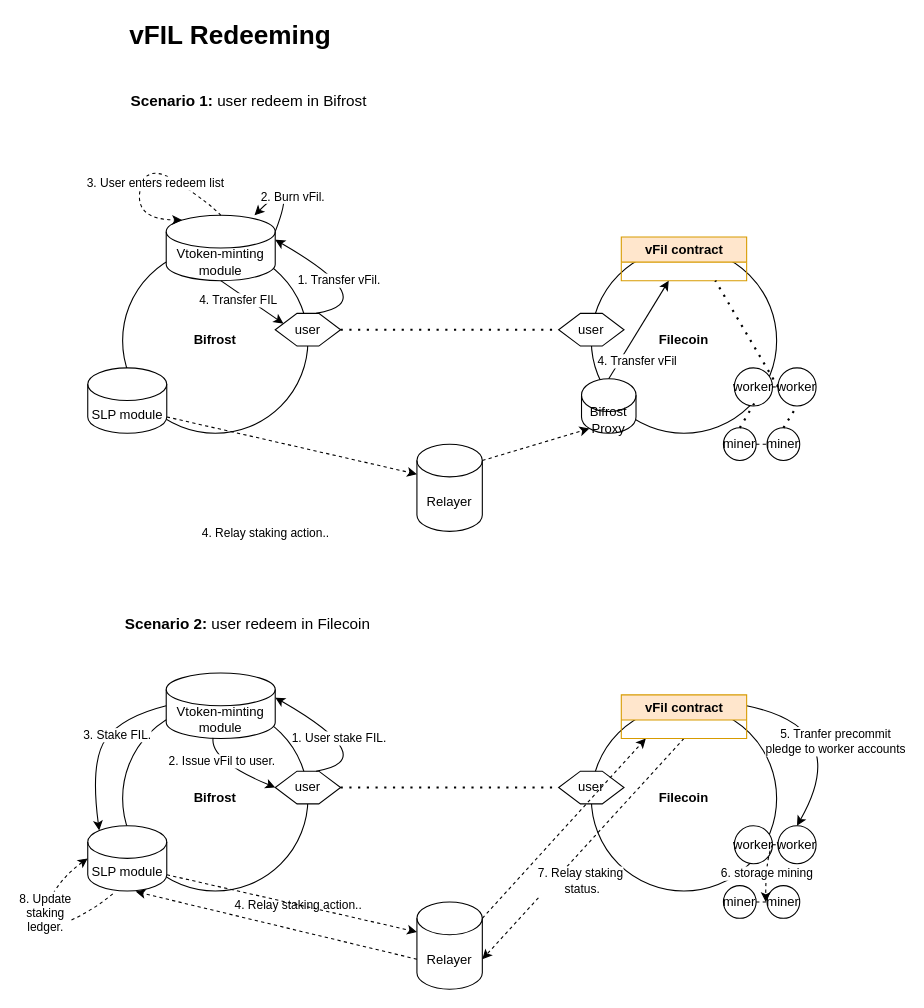
This is vfil-redeeming-fvm.drawio from herryho/flowchars, a draw.io file, before an edit. Source tidied: cells renumbered, new cells numbered last; positions are measured from the earlier drawing's top-left corner, leaving out a move shared by most shapes. Both pictures are drawn from the tidied source at 109%, with x=0, y=0 at pixel (35, 19).
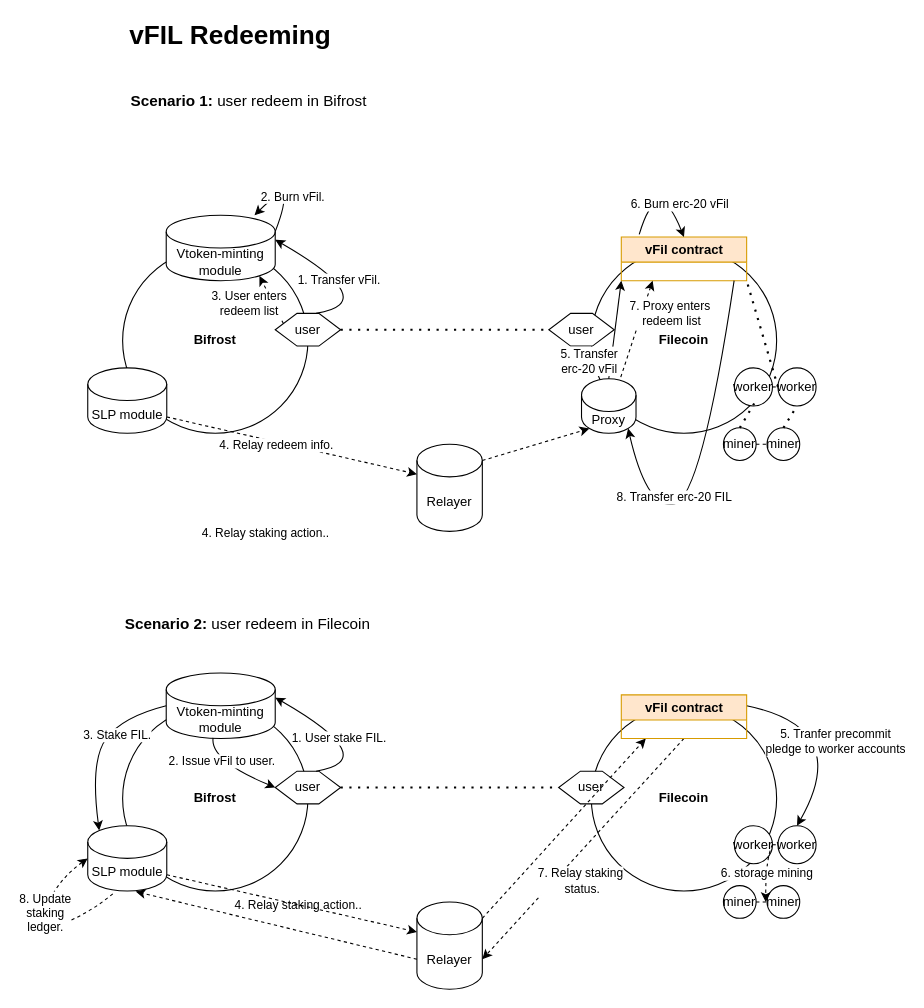
The same page after the edit.

Unchanged cells that the change refers to:
```xml
<mxCell id="4" value="user" style="shape=hexagon;perimeter=hexagonPerimeter2;whiteSpace=wrap;html=1;fixedSize=1;" parent="1" vertex="1">
  <mxGeometry x="220" y="270" width="60" height="30" as="geometry" />
</mxCell>
<mxCell id="15" style="endArrow=classic;html=1;rounded=0;dashed=1;entryX=0;entryY=0;entryDx=0;entryDy=27.5;entryPerimeter=0;exitX=1;exitY=1;exitDx=0;exitDy=-15;exitPerimeter=0;" parent="1" edge="1" source="8" target="9">
  <mxGeometry relative="1" as="geometry" />
</mxCell>
<mxCell id="17" value="worker" style="ellipse;whiteSpace=wrap;html=1;" parent="1" vertex="1">
  <mxGeometry x="681.2" y="320" width="35" height="35" as="geometry" />
</mxCell>
<mxCell id="19" value="Vtoken-minting module" style="shape=cylinder3;whiteSpace=wrap;html=1;boundedLbl=1;backgroundOutline=1;size=15;" parent="1" vertex="1">
  <mxGeometry x="120" y="180" width="100" height="60" as="geometry" />
</mxCell>
<mxCell id="22" value="vFil contract" style="swimlane;whiteSpace=wrap;html=1;fillColor=#ffe6cc;strokeColor=#d79b00;" parent="1" vertex="1">
  <mxGeometry x="537.5" y="200" width="115" height="40" as="geometry" />
</mxCell>
```

The edit, as a diff of the source:
```diff
@@
     <mxCell id="5" value="user" style="shape=hexagon;perimeter=hexagonPerimeter2;whiteSpace=wrap;html=1;fixedSize=1;" parent="1" vertex="1">
-      <mxGeometry x="480" y="270" width="60" height="30" as="geometry" />
+      <mxGeometry x="471" y="270" width="60" height="30" as="geometry" />
     </mxCell>
@@
+    <mxCell id="70" value="4. Relay redeem info." style="edgeLabel;html=1;align=center;verticalAlign=middle;" parent="15" vertex="1">
+      <mxGeometry x="-0.18" y="3" relative="1" as="geometry">
+        <mxPoint x="5" y="7" as="offset" />
+      </mxGeometry>
+    </mxCell>
@@
-    <mxCell id="60" style="curved=1;endArrow=classic;html=1;rounded=0;exitX=0.5;exitY=0;exitDx=0;exitDy=0;exitPerimeter=0;entryX=0.145;entryY=0;entryDx=0;entryDy=4.35;entryPerimeter=0;dashed=1;" parent="1" edge="1" source="19" target="19">
-      <mxGeometry relative="1" as="geometry">
-        <Array as="points">
-          <mxPoint x="161" y="170" />
-          <mxPoint x="101" y="130" />
-          <mxPoint x="91" y="184" />
-        </Array>
-      </mxGeometry>
-    </mxCell>
-    <mxCell id="61" value="3. User enters redeem list" style="edgeLabel;html=1;align=center;verticalAlign=middle;" parent="60" vertex="1">
-      <mxGeometry x="-0.2" y="2" relative="1" as="geometry">
-        <mxPoint y="12" as="offset" />
-      </mxGeometry>
-    </mxCell>
-    <mxCell id="62" style="endArrow=classic;html=1;rounded=0;exitX=0.5;exitY=1;exitDx=0;exitDy=0;exitPerimeter=0;entryX=0;entryY=0.25;entryDx=0;entryDy=0;" parent="1" edge="1" source="19" target="4">
-      <mxGeometry relative="1" as="geometry" />
-    </mxCell>
-    <mxCell id="63" value="4. Transfer FIL" style="edgeLabel;html=1;align=center;verticalAlign=middle;" parent="62" vertex="1">
-      <mxGeometry x="-0.46" y="-1" relative="1" as="geometry">
-        <mxPoint y="6" as="offset" />
-      </mxGeometry>
-    </mxCell>
@@
-    <mxCell id="66" style="endArrow=none;dashed=1;html=1;dashPattern=1 3;strokeWidth=2;rounded=0;entryX=0.75;entryY=1;entryDx=0;entryDy=0;exitX=0;exitY=0.5;exitDx=0;exitDy=0;" parent="1" edge="1" source="17" target="22">
+    <mxCell id="66" style="endArrow=none;dashed=1;html=1;dashPattern=1 3;strokeWidth=2;rounded=0;entryX=1;entryY=1;entryDx=0;entryDy=0;exitX=0;exitY=0.5;exitDx=0;exitDy=0;" parent="1" edge="1" source="17" target="22">
       <mxGeometry relative="1" as="geometry" />
     </mxCell>
-    <mxCell id="67" value="Bifrost&lt;br&gt;Proxy" style="shape=cylinder3;whiteSpace=wrap;html=1;boundedLbl=1;backgroundOutline=1;size=15;" parent="1" vertex="1">
+    <mxCell id="67" value="Proxy" style="shape=cylinder3;whiteSpace=wrap;html=1;boundedLbl=1;backgroundOutline=1;size=15;" parent="1" vertex="1">
       <mxGeometry x="501" y="330" width="50" height="50" as="geometry" />
     </mxCell>
-    <mxCell id="68" style="endArrow=classic;html=1;rounded=0;exitX=0.5;exitY=0;exitDx=0;exitDy=0;exitPerimeter=0;" parent="1" edge="1" source="67">
-      <mxGeometry relative="1" as="geometry">
-        <mxPoint x="581" y="240" as="targetPoint" />
-      </mxGeometry>
+    <mxCell id="68" style="endArrow=classic;html=1;rounded=0;exitX=0.5;exitY=0;exitDx=0;exitDy=0;exitPerimeter=0;entryX=0;entryY=1;entryDx=0;entryDy=0;" parent="1" edge="1" source="67" target="22">
+      <mxGeometry relative="1" as="geometry" />
     </mxCell>
-    <mxCell id="69" value="4. Transfer vFil" style="edgeLabel;html=1;align=center;verticalAlign=middle;" parent="68" vertex="1">
+    <mxCell id="69" value="5. Transfer &lt;br&gt;erc-20 vFil" style="edgeLabel;html=1;align=center;verticalAlign=middle;" parent="68" vertex="1">
       <mxGeometry x="-0.63" y="-1" relative="1" as="geometry">
-        <mxPoint x="14" as="offset" />
+        <mxPoint x="-22" as="offset" />
       </mxGeometry>
     </mxCell>
+    <mxCell id="71" style="endArrow=classic;html=1;rounded=0;exitX=0;exitY=0.25;exitDx=0;exitDy=0;entryX=0.855;entryY=1;entryDx=0;entryDy=-4.35;entryPerimeter=0;dashed=1;" parent="1" edge="1" source="4" target="19">
+      <mxGeometry relative="1" as="geometry" />
+    </mxCell>
+    <mxCell id="61" value="3. User enters &lt;br&gt;redeem list" style="edgeLabel;html=1;align=center;verticalAlign=middle;" parent="71" vertex="1">
+      <mxGeometry x="0.16" y="2" relative="1" as="geometry">
+        <mxPoint x="-18" y="5" as="offset" />
+      </mxGeometry>
+    </mxCell>
+    <mxCell id="72" value="6. Burn erc-20 vFil" style="curved=1;endArrow=classic;html=1;rounded=0;entryX=0.5;entryY=0;entryDx=0;entryDy=0;exitX=0.143;exitY=-0.062;exitDx=0;exitDy=0;exitPerimeter=0;" parent="1" edge="1" source="22" target="22">
+      <mxGeometry x="0.53" y="7" relative="1" as="geometry">
+        <Array as="points">
+          <mxPoint x="571" y="140" />
+        </Array>
+        <mxPoint x="1" as="offset" />
+      </mxGeometry>
+    </mxCell>
+    <mxCell id="73" style="endArrow=classic;html=1;rounded=0;exitX=0.72;exitY=-0.03;exitDx=0;exitDy=0;exitPerimeter=0;entryX=0.25;entryY=1;entryDx=0;entryDy=0;dashed=1;" parent="1" edge="1" source="67" target="22">
+      <mxGeometry relative="1" as="geometry" />
+    </mxCell>
+    <mxCell id="74" value="7. Proxy enters&lt;br&gt;&amp;nbsp;redeem list" style="edgeLabel;html=1;align=center;verticalAlign=middle;" parent="73" vertex="1">
+      <mxGeometry x="0.32" y="2" relative="1" as="geometry">
+        <mxPoint x="27" as="offset" />
+      </mxGeometry>
+    </mxCell>
+    <mxCell id="75" style="curved=1;endArrow=classic;html=1;rounded=0;entryX=0.855;entryY=1;entryDx=0;entryDy=-4.35;entryPerimeter=0;" parent="1" edge="1" target="67">
+      <mxGeometry relative="1" as="geometry">
+        <mxPoint x="641" y="240" as="sourcePoint" />
+        <Array as="points">
+          <mxPoint x="611" y="440" />
+          <mxPoint x="561" y="450" />
+        </Array>
+      </mxGeometry>
+    </mxCell>
+    <mxCell id="76" value="8. Transfer erc-20 FIL" style="edgeLabel;html=1;align=center;verticalAlign=middle;" parent="75" vertex="1">
+      <mxGeometry x="0.38" y="-6" relative="1" as="geometry" />
+    </mxCell>
```
